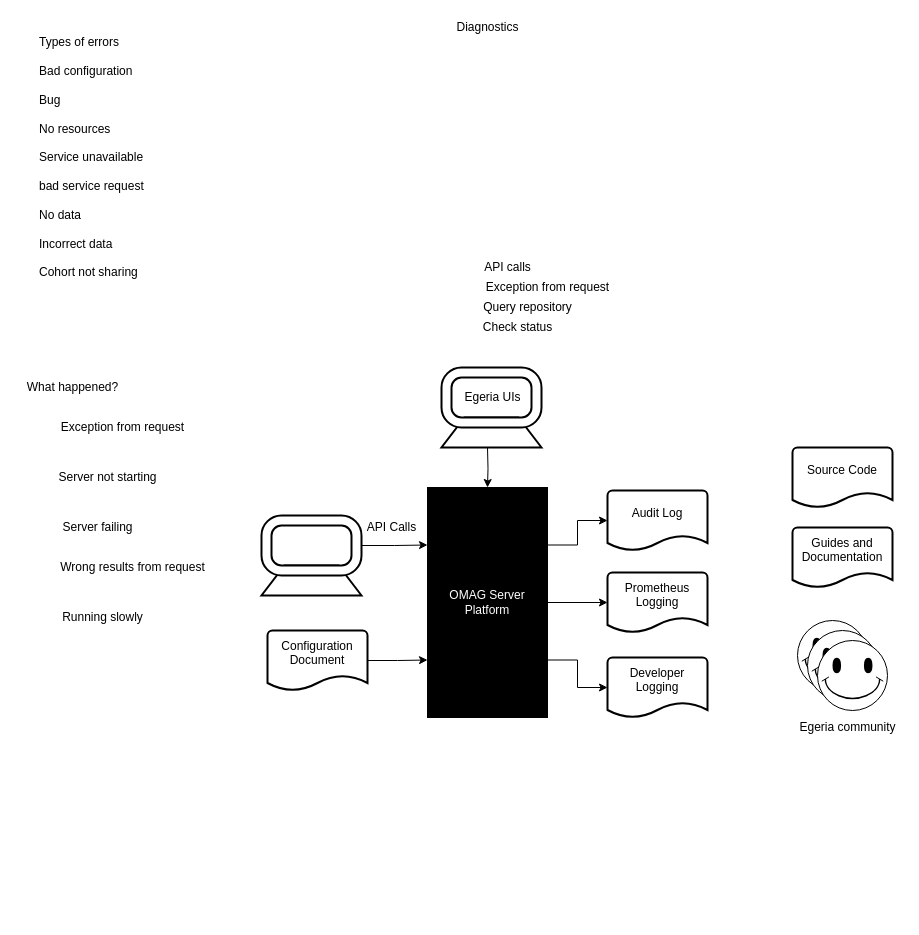
Above: page "diagnostic-sources" (1 of 2) of open-metadata-publication/website/diagnostic-guide/diagnostic-guide.drawio in odpi/egeria (draw.io), before the change. Source tidied: cells renumbered, new cells numbered last; positions are measured from the earlier drawing's top-left corner, leaving out a move shared by most shapes. Both pictures are drawn from the tidied source at 100%, with x=0, y=0 at pixel (17, 17).
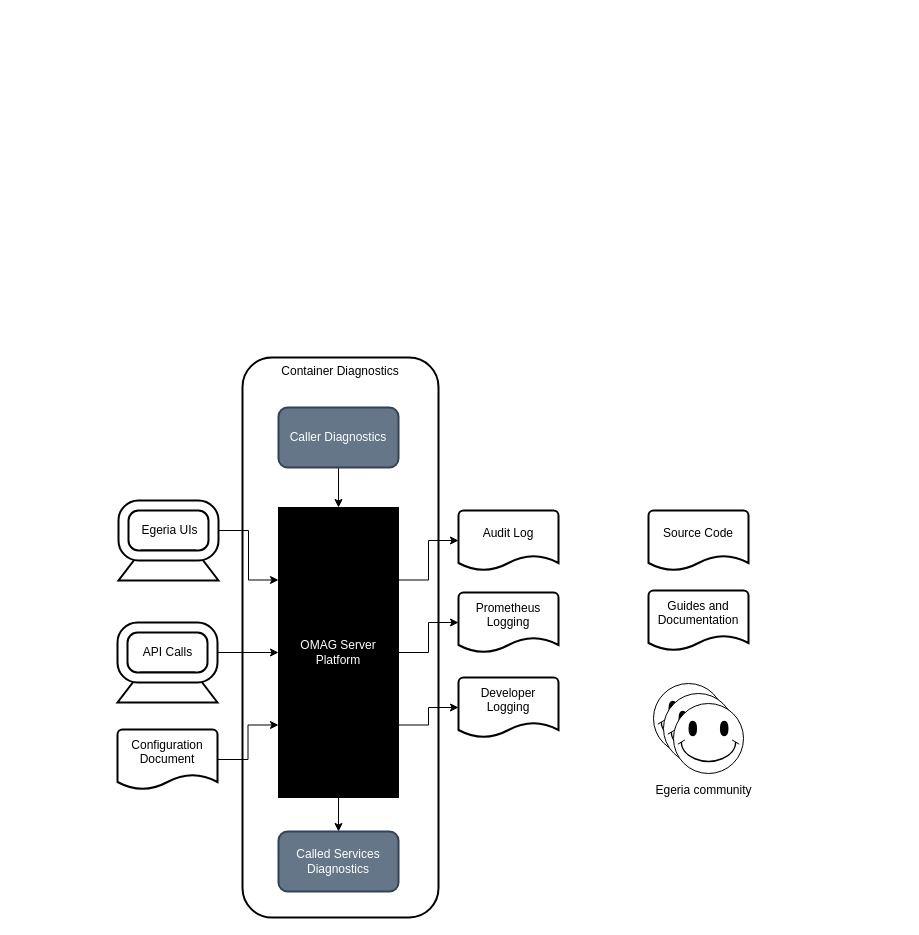
After the change.

Commit message (it also covers changes not shown here):
More diagnostic guide content

What changed in the source:
```diff
@@
+    <mxCell id="37" value="Container Diagnostics" style="rounded=1;whiteSpace=wrap;html=1;strokeWidth=2;align=center;fillColor=none;verticalAlign=top;" parent="1" vertex="1">
+      <mxGeometry x="225" y="340" width="196" height="560" as="geometry" />
+    </mxCell>
     <mxCell id="2" style="verticalLabelPosition=bottom;verticalAlign=top;html=1;shape=trapezoid;perimeter=trapezoidPerimeter;whiteSpace=wrap;size=0.23;arcSize=10;flipV=1;align=center;direction=west;strokeWidth=2;" parent="1" vertex="1">
-      <mxGeometry x="244" y="548" width="100" height="30" as="geometry" />
+      <mxGeometry x="100" y="655" width="100" height="30" as="geometry" />
     </mxCell>
-    <mxCell id="3" value="Types of errors&lt;br&gt;&lt;br&gt;Bad configuration&lt;br&gt;&lt;br&gt;Bug&lt;br&gt;&lt;br&gt;No resources&lt;br&gt;&lt;br&gt;Service unavailable&lt;br&gt;&lt;br&gt;bad service request&lt;br&gt;&lt;br&gt;No data&lt;br&gt;&lt;br&gt;Incorrect data&lt;br&gt;&lt;br&gt;Cohort not sharing" style="text;html=1;align=left;verticalAlign=middle;" parent="1" vertex="1">
-      <mxGeometry x="20" y="20" width="120" height="240" as="geometry" />
-    </mxCell>
-    <mxCell id="4" value="What happened?" style="text;html=1;align=center;verticalAlign=middle;" parent="1" vertex="1">
-      <mxGeometry y="360" width="110" height="20" as="geometry" />
-    </mxCell>
-    <mxCell id="5" value="Exception from request" style="text;html=1;align=center;verticalAlign=middle;" parent="1" vertex="1">
-      <mxGeometry x="35" y="400" width="140" height="20" as="geometry" />
-    </mxCell>
-    <mxCell id="6" value="Server not starting" style="text;html=1;align=center;verticalAlign=middle;" parent="1" vertex="1">
-      <mxGeometry x="35" y="450" width="110" height="20" as="geometry" />
-    </mxCell>
-    <mxCell id="7" value="Server failing" style="text;html=1;align=center;verticalAlign=middle;" parent="1" vertex="1">
-      <mxGeometry x="35" y="500" width="90" height="20" as="geometry" />
-    </mxCell>
-    <mxCell id="8" value="Wrong results from request" style="text;html=1;align=center;verticalAlign=middle;" parent="1" vertex="1">
-      <mxGeometry x="35" y="540" width="160" height="20" as="geometry" />
-    </mxCell>
-    <mxCell id="9" value="Running slowly" style="text;html=1;align=center;verticalAlign=middle;" parent="1" vertex="1">
-      <mxGeometry x="35" y="590" width="100" height="20" as="geometry" />
-    </mxCell>
-    <mxCell id="10" value="Diagnostics" style="text;html=1;align=center;verticalAlign=middle;" parent="1" vertex="1">
-      <mxGeometry x="430" width="80" height="20" as="geometry" />
-    </mxCell>
-    <mxCell id="11" value="Exception from request" style="text;html=1;align=center;verticalAlign=middle;" parent="1" vertex="1">
-      <mxGeometry x="460" y="260" width="140" height="20" as="geometry" />
-    </mxCell>
-    <mxCell id="12" value="API calls" style="text;html=1;align=center;verticalAlign=middle;" parent="1" vertex="1">
-      <mxGeometry x="460" y="240" width="60" height="20" as="geometry" />
-    </mxCell>
-    <mxCell id="13" value="Query repository" style="text;html=1;align=center;verticalAlign=middle;" parent="1" vertex="1">
-      <mxGeometry x="460" y="280" width="100" height="20" as="geometry" />
-    </mxCell>
-    <mxCell id="14" value="Check status" style="text;html=1;align=center;verticalAlign=middle;" parent="1" vertex="1">
-      <mxGeometry x="460" y="300" width="80" height="20" as="geometry" />
-    </mxCell>
@@
+    <mxCell id="38" style="edgeStyle=orthogonalEdgeStyle;rounded=0;jettySize=auto;html=1;exitX=0.5;exitY=1;exitDx=0;exitDy=0;fontColor=#FFFFFF;" parent="1" edge="1" source="18" target="41">
+      <mxGeometry relative="1" as="geometry" />
+    </mxCell>
     <mxCell id="18" value="OMAG Server Platform" style="rounded=0;whiteSpace=wrap;html=1;align=center;fillColor=#000000;fontColor=#FFFFFF;" parent="1" vertex="1">
-      <mxGeometry x="410" y="470" width="120" height="230" as="geometry" />
+      <mxGeometry x="261" y="490" width="120" height="290" as="geometry" />
     </mxCell>
     <mxCell id="19" value="Audit Log&lt;br&gt;&amp;nbsp;" style="strokeWidth=2;html=1;shape=mxgraph.flowchart.document2;whiteSpace=wrap;size=0.25;align=center;" parent="1" vertex="1">
-      <mxGeometry x="590" y="473" width="100" height="60" as="geometry" />
+      <mxGeometry x="441" y="493" width="100" height="60" as="geometry" />
     </mxCell>
     <mxCell id="20" value="Prometheus Logging&lt;br&gt;&amp;nbsp;" style="strokeWidth=2;html=1;shape=mxgraph.flowchart.document2;whiteSpace=wrap;size=0.25;align=center;" parent="1" vertex="1">
-      <mxGeometry x="590" y="555" width="100" height="60" as="geometry" />
+      <mxGeometry x="441" y="575" width="100" height="60" as="geometry" />
     </mxCell>
     <mxCell id="21" value="Source Code&lt;br&gt;&amp;nbsp;" style="strokeWidth=2;html=1;shape=mxgraph.flowchart.document2;whiteSpace=wrap;size=0.25;align=center;" parent="1" vertex="1">
-      <mxGeometry x="775" y="430" width="100" height="60" as="geometry" />
+      <mxGeometry x="631" y="493" width="100" height="60" as="geometry" />
     </mxCell>
-    <mxCell id="22" style="edgeStyle=orthogonalEdgeStyle;rounded=0;jettySize=auto;html=1;entryX=0;entryY=0.25;entryDx=0;entryDy=0;fontColor=#000000;" parent="1" edge="1" source="23" target="18">
+    <mxCell id="22" style="edgeStyle=orthogonalEdgeStyle;rounded=0;jettySize=auto;html=1;entryX=0;entryY=0.5;entryDx=0;entryDy=0;fontColor=#000000;" parent="1" edge="1" source="23" target="18">
       <mxGeometry relative="1" as="geometry" />
     </mxCell>
     <mxCell id="23" style="verticalLabelPosition=bottom;verticalAlign=top;html=1;shape=mxgraph.basic.rounded_frame;dx=10;align=center;strokeWidth=2;" parent="1" vertex="1">
-      <mxGeometry x="244" y="498" width="100" height="60" as="geometry" />
+      <mxGeometry x="100" y="605" width="100" height="60" as="geometry" />
     </mxCell>
     <mxCell id="24" value="API Calls" style="text;html=1;align=center;verticalAlign=middle;" parent="1" vertex="1">
-      <mxGeometry x="344" y="500" width="60" height="20" as="geometry" />
+      <mxGeometry x="120" y="625" width="60" height="20" as="geometry" />
     </mxCell>
     <mxCell id="25" value="Developer Logging&lt;br&gt;&amp;nbsp;" style="strokeWidth=2;html=1;shape=mxgraph.flowchart.document2;whiteSpace=wrap;size=0.25;align=center;" parent="1" vertex="1">
-      <mxGeometry x="590" y="640" width="100" height="60" as="geometry" />
+      <mxGeometry x="441" y="660" width="100" height="60" as="geometry" />
     </mxCell>
@@
     <mxCell id="27" value="Configuration Document&lt;br&gt;&amp;nbsp;" style="strokeWidth=2;html=1;shape=mxgraph.flowchart.document2;whiteSpace=wrap;size=0.25;align=center;" parent="1" vertex="1">
-      <mxGeometry x="250" y="613" width="100" height="60" as="geometry" />
+      <mxGeometry x="100" y="712" width="100" height="60" as="geometry" />
     </mxCell>
     <mxCell id="28" style="verticalLabelPosition=bottom;verticalAlign=top;html=1;shape=mxgraph.basic.smiley;align=center;" parent="1" vertex="1">
-      <mxGeometry x="780" y="603" width="70" height="70" as="geometry" />
+      <mxGeometry x="636" y="666" width="70" height="70" as="geometry" />
     </mxCell>
     <mxCell id="29" style="verticalLabelPosition=bottom;verticalAlign=top;html=1;shape=mxgraph.basic.smiley;align=center;" parent="1" vertex="1">
-      <mxGeometry x="790" y="613" width="70" height="70" as="geometry" />
+      <mxGeometry x="646" y="676" width="70" height="70" as="geometry" />
     </mxCell>
     <mxCell id="30" style="verticalLabelPosition=bottom;verticalAlign=top;html=1;shape=mxgraph.basic.smiley;align=center;" parent="1" vertex="1">
-      <mxGeometry x="800" y="623" width="70" height="70" as="geometry" />
+      <mxGeometry x="656" y="686" width="70" height="70" as="geometry" />
     </mxCell>
     <mxCell id="31" value="Egeria community" style="text;html=1;align=center;verticalAlign=middle;fontColor=#000000;" parent="1" vertex="1">
-      <mxGeometry x="775" y="700" width="110" height="20" as="geometry" />
+      <mxGeometry x="631" y="763" width="110" height="20" as="geometry" />
     </mxCell>
     <mxCell id="32" value="Guides and Documentation&lt;br&gt;&amp;nbsp;" style="strokeWidth=2;html=1;shape=mxgraph.flowchart.document2;whiteSpace=wrap;size=0.25;align=center;" parent="1" vertex="1">
-      <mxGeometry x="775" y="510" width="100" height="60" as="geometry" />
+      <mxGeometry x="631" y="573" width="100" height="60" as="geometry" />
     </mxCell>
     <mxCell id="33" style="verticalLabelPosition=bottom;verticalAlign=top;html=1;shape=trapezoid;perimeter=trapezoidPerimeter;whiteSpace=wrap;size=0.23;arcSize=10;flipV=1;align=center;direction=west;strokeWidth=2;" parent="1" vertex="1">
-      <mxGeometry x="424" y="400" width="100" height="30" as="geometry" />
+      <mxGeometry x="101" y="533" width="100" height="30" as="geometry" />
     </mxCell>
-    <mxCell id="34" style="edgeStyle=orthogonalEdgeStyle;rounded=0;jettySize=auto;html=1;entryX=0.5;entryY=0;entryDx=0;entryDy=0;fontColor=#000000;" parent="1" edge="1" target="18">
-      <mxGeometry relative="1" as="geometry">
-        <mxPoint x="470" y="430" as="sourcePoint" />
-      </mxGeometry>
+    <mxCell id="34" style="edgeStyle=orthogonalEdgeStyle;rounded=0;jettySize=auto;html=1;entryX=0;entryY=0.25;entryDx=0;entryDy=0;fontColor=#000000;exitX=1;exitY=0.5;exitDx=0;exitDy=0;exitPerimeter=0;" parent="1" edge="1" source="35" target="18">
+      <mxGeometry relative="1" as="geometry" />
     </mxCell>
     <mxCell id="35" style="verticalLabelPosition=bottom;verticalAlign=top;html=1;shape=mxgraph.basic.rounded_frame;dx=10;align=center;strokeWidth=2;" parent="1" vertex="1">
-      <mxGeometry x="424" y="350" width="100" height="60" as="geometry" />
+      <mxGeometry x="101" y="483" width="100" height="60" as="geometry" />
     </mxCell>
     <mxCell id="36" value="Egeria UIs" style="text;html=1;align=center;verticalAlign=middle;" parent="1" vertex="1">
-      <mxGeometry x="440" y="370" width="70" height="20" as="geometry" />
+      <mxGeometry x="117" y="503" width="70" height="20" as="geometry" />
     </mxCell>
+    <mxCell id="39" style="edgeStyle=orthogonalEdgeStyle;rounded=0;jettySize=auto;html=1;entryX=0.5;entryY=0;entryDx=0;entryDy=0;fontColor=#FFFFFF;" parent="1" edge="1" source="40" target="18">
+      <mxGeometry relative="1" as="geometry" />
+    </mxCell>
+    <mxCell id="40" value="Caller Diagnostics" style="rounded=1;whiteSpace=wrap;html=1;strokeWidth=2;fillColor=#647687;fontColor=#ffffff;align=center;strokeColor=#314354;" parent="1" vertex="1">
+      <mxGeometry x="261" y="390" width="120" height="60" as="geometry" />
+    </mxCell>
+    <mxCell id="41" value="Called Services Diagnostics" style="rounded=1;whiteSpace=wrap;html=1;strokeWidth=2;fillColor=#647687;fontColor=#ffffff;align=center;strokeColor=#314354;" parent="1" vertex="1">
+      <mxGeometry x="261" y="814" width="120" height="60" as="geometry" />
+    </mxCell>
```
